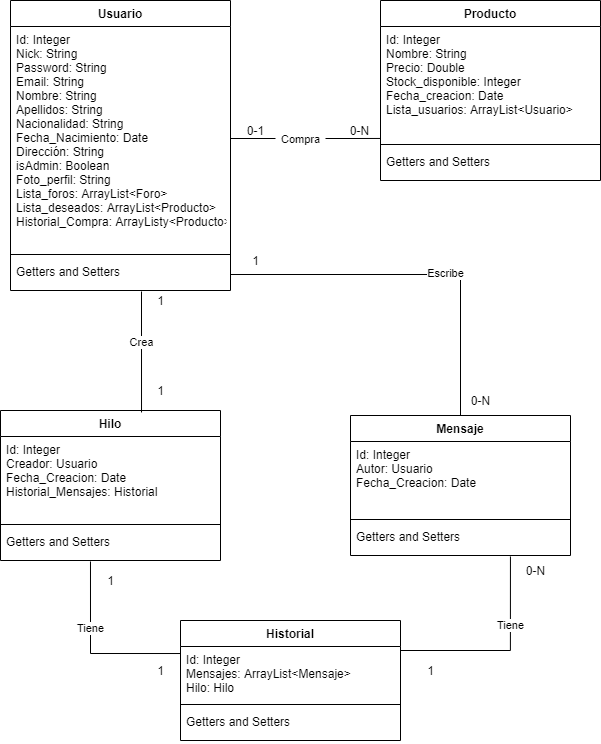
Earlier version of the draw.io export diseño/resources/Diagrama de clases de modelo.png (Bluishres/La-tienda-del-infinito). Source tidied: cells renumbered, new cells last; positions are measured from the earlier drawing's top-left corner, leaving out a move shared by most shapes. Its diagram source:
```xml
<mxGraphModel>
  <root>
    <mxCell id="0" />
    <mxCell id="1" parent="0" />
    <mxCell id="2" value="Usuario" style="swimlane;fontStyle=1;align=center;verticalAlign=top;horizontal=1;startSize=26;" parent="1" vertex="1">
      <mxGeometry x="10" width="220" height="290" as="geometry" />
    </mxCell>
    <mxCell id="3" value="Id: Integer&#10;Nick: String&#10;Password: String&#10;Email: String&#10;Nombre: String&#10;Apellidos: String&#10;Nacionalidad: String&#10;Fecha_Nacimiento: Date&#10;Dirección: String&#10;isAdmin: Boolean&#10;Foto_perfil: String&#10;Lista_foros: ArrayList&lt;Foro&gt;&#10;Lista_deseados: ArrayList&lt;Producto&gt;&#10;Historial_Compra: ArrayListy&lt;Producto&gt;" style="text;strokeColor=none;fillColor=none;align=left;verticalAlign=top;spacingLeft=4;spacingRight=4;overflow=hidden;points=[[0,0.5],[1,0.5]];portConstraint=eastwest;" parent="2" vertex="1">
      <mxGeometry y="26" width="220" height="224" as="geometry" />
    </mxCell>
    <mxCell id="4" style="line;strokeWidth=1;fillColor=none;align=left;verticalAlign=middle;spacingTop=-1;spacingLeft=3;spacingRight=3;labelPosition=right;" parent="2" vertex="1">
      <mxGeometry y="250" width="220" height="8" as="geometry" />
    </mxCell>
    <mxCell id="5" value="Getters and Setters" style="text;strokeColor=none;fillColor=none;align=left;verticalAlign=top;spacingLeft=4;spacingRight=4;overflow=hidden;points=[[0,0.5],[1,0.5]];portConstraint=eastwest;" parent="2" vertex="1">
      <mxGeometry y="258" width="220" height="32" as="geometry" />
    </mxCell>
    <mxCell id="6" value="Hilo" style="swimlane;fontStyle=1;align=center;verticalAlign=top;horizontal=1;startSize=26;" parent="1" vertex="1">
      <mxGeometry y="410" width="220" height="150" as="geometry" />
    </mxCell>
    <mxCell id="7" value="Id: Integer&#10;Creador: Usuario&#10;Fecha_Creacion: Date&#10;Historial_Mensajes: Historial&#10;" style="text;strokeColor=none;fillColor=none;align=left;verticalAlign=top;spacingLeft=4;spacingRight=4;overflow=hidden;" parent="6" vertex="1">
      <mxGeometry y="26" width="220" height="84" as="geometry" />
    </mxCell>
    <mxCell id="8" style="line;strokeWidth=1;fillColor=none;align=left;verticalAlign=middle;spacingTop=-1;spacingLeft=3;spacingRight=3;labelPosition=right;" parent="6" vertex="1">
      <mxGeometry y="110" width="220" height="8" as="geometry" />
    </mxCell>
    <mxCell id="9" value="Getters and Setters" style="text;strokeColor=none;fillColor=none;align=left;verticalAlign=top;spacingLeft=4;spacingRight=4;overflow=hidden;points=[[0,0.5],[1,0.5]];portConstraint=eastwest;" parent="6" vertex="1">
      <mxGeometry y="118" width="220" height="32" as="geometry" />
    </mxCell>
    <mxCell id="10" value="Producto" style="swimlane;fontStyle=1;align=center;verticalAlign=top;horizontal=1;startSize=26;" parent="1" vertex="1">
      <mxGeometry x="380" width="220" height="180" as="geometry" />
    </mxCell>
    <mxCell id="11" value="Id: Integer&#10;Nombre: String&#10;Precio: Double&#10;Stock_disponible: Integer&#10;Fecha_creacion: Date&#10;Lista_usuarios: ArrayList&lt;Usuario&gt;" style="text;strokeColor=none;fillColor=none;align=left;verticalAlign=top;spacingLeft=4;spacingRight=4;overflow=hidden;points=[[0,0.5],[1,0.5]];portConstraint=eastwest;" parent="10" vertex="1">
      <mxGeometry y="26" width="220" height="114" as="geometry" />
    </mxCell>
    <mxCell id="12" style="line;strokeWidth=1;fillColor=none;align=left;verticalAlign=middle;spacingTop=-1;spacingLeft=3;spacingRight=3;labelPosition=right;" parent="10" vertex="1">
      <mxGeometry y="140" width="220" height="8" as="geometry" />
    </mxCell>
    <mxCell id="13" value="Getters and Setters" style="text;strokeColor=none;fillColor=none;align=left;verticalAlign=top;spacingLeft=4;spacingRight=4;overflow=hidden;" parent="10" vertex="1">
      <mxGeometry y="148" width="220" height="32" as="geometry" />
    </mxCell>
    <mxCell id="14" value="Historial" style="swimlane;fontStyle=1;align=center;verticalAlign=top;horizontal=1;startSize=26;" parent="1" vertex="1">
      <mxGeometry x="180" y="620" width="220" height="120" as="geometry" />
    </mxCell>
    <mxCell id="15" value="Id: Integer&#10;Mensajes: ArrayList&lt;Mensaje&gt;&#10;Hilo: Hilo&#10;" style="text;strokeColor=none;fillColor=none;align=left;verticalAlign=top;spacingLeft=4;spacingRight=4;overflow=hidden;points=[[0,0.5],[1,0.5]];portConstraint=eastwest;" parent="14" vertex="1">
      <mxGeometry y="26" width="220" height="54" as="geometry" />
    </mxCell>
    <mxCell id="16" style="line;strokeWidth=1;fillColor=none;align=left;verticalAlign=middle;spacingTop=-1;spacingLeft=3;spacingRight=3;labelPosition=right;" parent="14" vertex="1">
      <mxGeometry y="80" width="220" height="8" as="geometry" />
    </mxCell>
    <mxCell id="17" value="Getters and Setters" style="text;strokeColor=none;fillColor=none;align=left;verticalAlign=top;spacingLeft=4;spacingRight=4;overflow=hidden;" parent="14" vertex="1">
      <mxGeometry y="88" width="220" height="32" as="geometry" />
    </mxCell>
    <mxCell id="18" value="Mensaje" style="swimlane;fontStyle=1;align=center;verticalAlign=top;horizontal=1;startSize=26;" parent="1" vertex="1">
      <mxGeometry x="350" y="415" width="220" height="140" as="geometry" />
    </mxCell>
    <mxCell id="19" value="Id: Integer&#10;Autor: Usuario&#10;Fecha_Creacion: Date&#10;" style="text;strokeColor=none;fillColor=none;align=left;verticalAlign=top;spacingLeft=4;spacingRight=4;overflow=hidden;" parent="18" vertex="1">
      <mxGeometry y="26" width="220" height="74" as="geometry" />
    </mxCell>
    <mxCell id="20" style="line;strokeWidth=1;fillColor=none;align=left;verticalAlign=middle;spacingTop=-1;spacingLeft=3;spacingRight=3;labelPosition=right;" parent="18" vertex="1">
      <mxGeometry y="100" width="220" height="8" as="geometry" />
    </mxCell>
    <mxCell id="21" value="Getters and Setters" style="text;strokeColor=none;fillColor=none;align=left;verticalAlign=top;spacingLeft=4;spacingRight=4;overflow=hidden;points=[[0,0.5],[1,0.5]];portConstraint=eastwest;" parent="18" vertex="1">
      <mxGeometry y="108" width="220" height="32" as="geometry" />
    </mxCell>
    <mxCell id="22" style="edgeStyle=orthogonalEdgeStyle;rounded=0;jettySize=auto;html=1;exitX=0.409;exitY=1.031;exitDx=0;exitDy=0;entryX=0;entryY=0.13;entryDx=0;entryDy=0;entryPerimeter=0;exitPerimeter=0;endArrow=none;endFill=0;" parent="1" edge="1" source="9" target="15">
      <mxGeometry relative="1" as="geometry" />
    </mxCell>
    <mxCell id="23" value="Tiene" style="edgeLabel;html=1;align=center;verticalAlign=middle;" parent="22" vertex="1">
      <mxGeometry x="-0.26" relative="1" as="geometry" />
    </mxCell>
    <mxCell id="24" value="1" style="text;html=1;align=center;verticalAlign=middle;strokeColor=none;" parent="1" vertex="1">
      <mxGeometry x="100" y="570" width="20" height="20" as="geometry" />
    </mxCell>
    <mxCell id="25" value="1" style="text;html=1;align=center;verticalAlign=middle;strokeColor=none;" parent="1" vertex="1">
      <mxGeometry x="150" y="660" width="20" height="20" as="geometry" />
    </mxCell>
    <mxCell id="26" style="edgeStyle=orthogonalEdgeStyle;rounded=0;jettySize=auto;html=1;exitX=1;exitY=0.5;exitDx=0;exitDy=0;entryX=0.727;entryY=1.031;entryDx=0;entryDy=0;entryPerimeter=0;endArrow=none;endFill=0;" parent="1" edge="1" source="15" target="21">
      <mxGeometry relative="1" as="geometry">
        <Array as="points">
          <mxPoint x="400" y="650" />
          <mxPoint x="510" y="650" />
        </Array>
      </mxGeometry>
    </mxCell>
    <mxCell id="27" value="Tiene" style="edgeLabel;html=1;align=center;verticalAlign=middle;" parent="26" vertex="1">
      <mxGeometry x="0.39" relative="1" as="geometry" />
    </mxCell>
    <mxCell id="28" style="edgeStyle=orthogonalEdgeStyle;rounded=0;jettySize=auto;html=1;entryX=0;entryY=0.982;entryDx=0;entryDy=0;entryPerimeter=0;endArrow=none;endFill=0;startArrow=none;" parent="1" edge="1" source="33" target="11">
      <mxGeometry relative="1" as="geometry" />
    </mxCell>
    <mxCell id="29" value="0-N" style="text;html=1;align=center;verticalAlign=middle;strokeColor=none;" parent="1" vertex="1">
      <mxGeometry x="520" y="560" width="30" height="20" as="geometry" />
    </mxCell>
    <mxCell id="30" value="1" style="text;html=1;align=center;verticalAlign=middle;strokeColor=none;" parent="1" vertex="1">
      <mxGeometry x="420" y="660" width="20" height="20" as="geometry" />
    </mxCell>
    <mxCell id="31" style="edgeStyle=orthogonalEdgeStyle;rounded=0;jettySize=auto;html=1;entryX=0.641;entryY=0.013;entryDx=0;entryDy=0;entryPerimeter=0;endArrow=none;endFill=0;" parent="1" edge="1" target="6">
      <mxGeometry relative="1" as="geometry">
        <mxPoint x="141" y="291" as="sourcePoint" />
      </mxGeometry>
    </mxCell>
    <mxCell id="32" value="Crea" style="edgeLabel;html=1;align=center;verticalAlign=middle;" parent="31" vertex="1">
      <mxGeometry x="-0.17" y="-1" relative="1" as="geometry" />
    </mxCell>
    <mxCell id="33" value="&lt;font style=&quot;font-size: 11px&quot;&gt;Compra&lt;/font&gt;" style="text;html=1;align=center;verticalAlign=middle;points=[];strokeColor=none;" parent="1" vertex="1">
      <mxGeometry x="275" y="128" width="50" height="20" as="geometry" />
    </mxCell>
    <mxCell id="34" style="edgeStyle=orthogonalEdgeStyle;rounded=0;jettySize=auto;html=1;endArrow=none;endFill=0;" parent="1" edge="1" source="3" target="33">
      <mxGeometry relative="1" as="geometry" />
    </mxCell>
    <mxCell id="35" value="0-1" style="text;html=1;align=center;verticalAlign=middle;strokeColor=none;" parent="1" vertex="1">
      <mxGeometry x="240" y="120" width="30" height="20" as="geometry" />
    </mxCell>
    <mxCell id="36" value="1" style="text;html=1;align=center;verticalAlign=middle;strokeColor=none;" parent="1" vertex="1">
      <mxGeometry x="150" y="290" width="20" height="20" as="geometry" />
    </mxCell>
    <mxCell id="37" value="1" style="text;html=1;align=center;verticalAlign=middle;strokeColor=none;" parent="1" vertex="1">
      <mxGeometry x="150" y="380" width="20" height="20" as="geometry" />
    </mxCell>
    <mxCell id="38" value="0-N" style="text;html=1;align=center;verticalAlign=middle;strokeColor=none;" parent="1" vertex="1">
      <mxGeometry x="344" y="120" width="30" height="20" as="geometry" />
    </mxCell>
    <mxCell id="39" style="edgeStyle=orthogonalEdgeStyle;rounded=0;jettySize=auto;html=1;exitX=1;exitY=0.5;exitDx=0;exitDy=0;endArrow=none;endFill=0;" parent="1" edge="1" source="5" target="18">
      <mxGeometry relative="1" as="geometry" />
    </mxCell>
    <mxCell id="40" value="Escribe" style="edgeLabel;html=1;align=center;verticalAlign=middle;" parent="39" vertex="1">
      <mxGeometry x="0.15" y="2" relative="1" as="geometry" />
    </mxCell>
    <mxCell id="41" value="0-N" style="text;html=1;align=center;verticalAlign=middle;strokeColor=none;" parent="1" vertex="1">
      <mxGeometry x="465" y="390" width="30" height="20" as="geometry" />
    </mxCell>
    <mxCell id="42" value="1" style="text;html=1;align=center;verticalAlign=middle;strokeColor=none;" parent="1" vertex="1">
      <mxGeometry x="245" y="250" width="20" height="20" as="geometry" />
    </mxCell>
  </root>
</mxGraphModel>
```
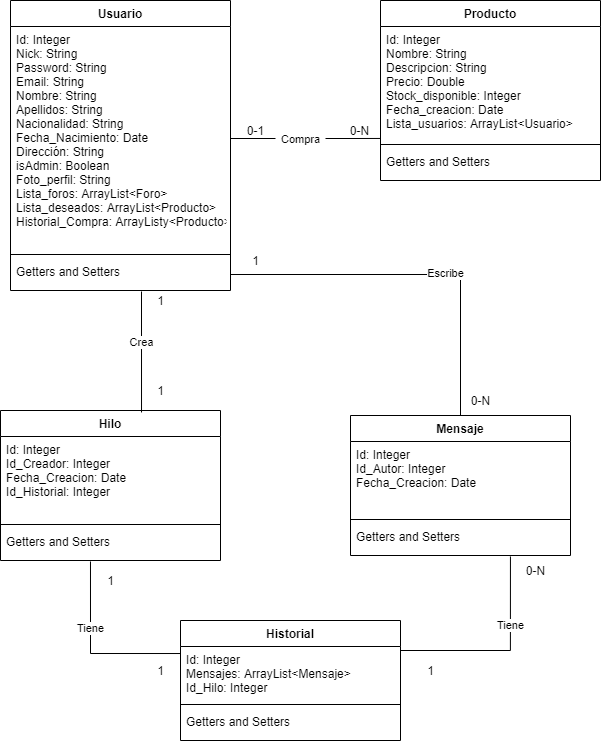
The same diagram one commit later.

Commit message:
Cambiado diagramas de clases de modelo y agregado descripciones de las clases.

Diff of the diagram source:
```diff
@@ -17,7 +17,7 @@
     <mxCell id="6" value="Hilo" style="swimlane;fontStyle=1;align=center;verticalAlign=top;horizontal=1;startSize=26;" parent="1" vertex="1">
       <mxGeometry y="410" width="220" height="150" as="geometry" />
     </mxCell>
-    <mxCell id="7" value="Id: Integer&#10;Creador: Usuario&#10;Fecha_Creacion: Date&#10;Historial_Mensajes: Historial&#10;" style="text;strokeColor=none;fillColor=none;align=left;verticalAlign=top;spacingLeft=4;spacingRight=4;overflow=hidden;" parent="6" vertex="1">
+    <mxCell id="7" value="Id: Integer&#10;Id_Creador: Integer&#10;Fecha_Creacion: Date&#10;Id_Historial: Integer&#10;" style="text;strokeColor=none;fillColor=none;align=left;verticalAlign=top;spacingLeft=4;spacingRight=4;overflow=hidden;" parent="6" vertex="1">
       <mxGeometry y="26" width="220" height="84" as="geometry" />
     </mxCell>
     <mxCell id="8" style="line;strokeWidth=1;fillColor=none;align=left;verticalAlign=middle;spacingTop=-1;spacingLeft=3;spacingRight=3;labelPosition=right;" parent="6" vertex="1">
@@ -29,7 +29,7 @@
     <mxCell id="10" value="Producto" style="swimlane;fontStyle=1;align=center;verticalAlign=top;horizontal=1;startSize=26;" parent="1" vertex="1">
       <mxGeometry x="380" width="220" height="180" as="geometry" />
     </mxCell>
-    <mxCell id="11" value="Id: Integer&#10;Nombre: String&#10;Precio: Double&#10;Stock_disponible: Integer&#10;Fecha_creacion: Date&#10;Lista_usuarios: ArrayList&lt;Usuario&gt;" style="text;strokeColor=none;fillColor=none;align=left;verticalAlign=top;spacingLeft=4;spacingRight=4;overflow=hidden;points=[[0,0.5],[1,0.5]];portConstraint=eastwest;" parent="10" vertex="1">
+    <mxCell id="11" value="Id: Integer&#10;Nombre: String&#10;Descripcion: String&#10;Precio: Double&#10;Stock_disponible: Integer&#10;Fecha_creacion: Date&#10;Lista_usuarios: ArrayList&lt;Usuario&gt;" style="text;strokeColor=none;fillColor=none;align=left;verticalAlign=top;spacingLeft=4;spacingRight=4;overflow=hidden;points=[[0,0.5],[1,0.5]];portConstraint=eastwest;" parent="10" vertex="1">
       <mxGeometry y="26" width="220" height="114" as="geometry" />
     </mxCell>
     <mxCell id="12" style="line;strokeWidth=1;fillColor=none;align=left;verticalAlign=middle;spacingTop=-1;spacingLeft=3;spacingRight=3;labelPosition=right;" parent="10" vertex="1">
@@ -41,7 +41,7 @@
     <mxCell id="14" value="Historial" style="swimlane;fontStyle=1;align=center;verticalAlign=top;horizontal=1;startSize=26;" parent="1" vertex="1">
       <mxGeometry x="180" y="620" width="220" height="120" as="geometry" />
     </mxCell>
-    <mxCell id="15" value="Id: Integer&#10;Mensajes: ArrayList&lt;Mensaje&gt;&#10;Hilo: Hilo&#10;" style="text;strokeColor=none;fillColor=none;align=left;verticalAlign=top;spacingLeft=4;spacingRight=4;overflow=hidden;points=[[0,0.5],[1,0.5]];portConstraint=eastwest;" parent="14" vertex="1">
+    <mxCell id="15" value="Id: Integer&#10;Mensajes: ArrayList&lt;Mensaje&gt;&#10;Id_Hilo: Integer&#10;" style="text;strokeColor=none;fillColor=none;align=left;verticalAlign=top;spacingLeft=4;spacingRight=4;overflow=hidden;points=[[0,0.5],[1,0.5]];portConstraint=eastwest;" parent="14" vertex="1">
       <mxGeometry y="26" width="220" height="54" as="geometry" />
     </mxCell>
     <mxCell id="16" style="line;strokeWidth=1;fillColor=none;align=left;verticalAlign=middle;spacingTop=-1;spacingLeft=3;spacingRight=3;labelPosition=right;" parent="14" vertex="1">
@@ -53,7 +53,7 @@
     <mxCell id="18" value="Mensaje" style="swimlane;fontStyle=1;align=center;verticalAlign=top;horizontal=1;startSize=26;" parent="1" vertex="1">
       <mxGeometry x="350" y="415" width="220" height="140" as="geometry" />
     </mxCell>
-    <mxCell id="19" value="Id: Integer&#10;Autor: Usuario&#10;Fecha_Creacion: Date&#10;" style="text;strokeColor=none;fillColor=none;align=left;verticalAlign=top;spacingLeft=4;spacingRight=4;overflow=hidden;" parent="18" vertex="1">
+    <mxCell id="19" value="Id: Integer&#10;Id_Autor: Integer&#10;Fecha_Creacion: Date&#10;" style="text;strokeColor=none;fillColor=none;align=left;verticalAlign=top;spacingLeft=4;spacingRight=4;overflow=hidden;" parent="18" vertex="1">
       <mxGeometry y="26" width="220" height="74" as="geometry" />
     </mxCell>
     <mxCell id="20" style="line;strokeWidth=1;fillColor=none;align=left;verticalAlign=middle;spacingTop=-1;spacingLeft=3;spacingRight=3;labelPosition=right;" parent="18" vertex="1">
```
